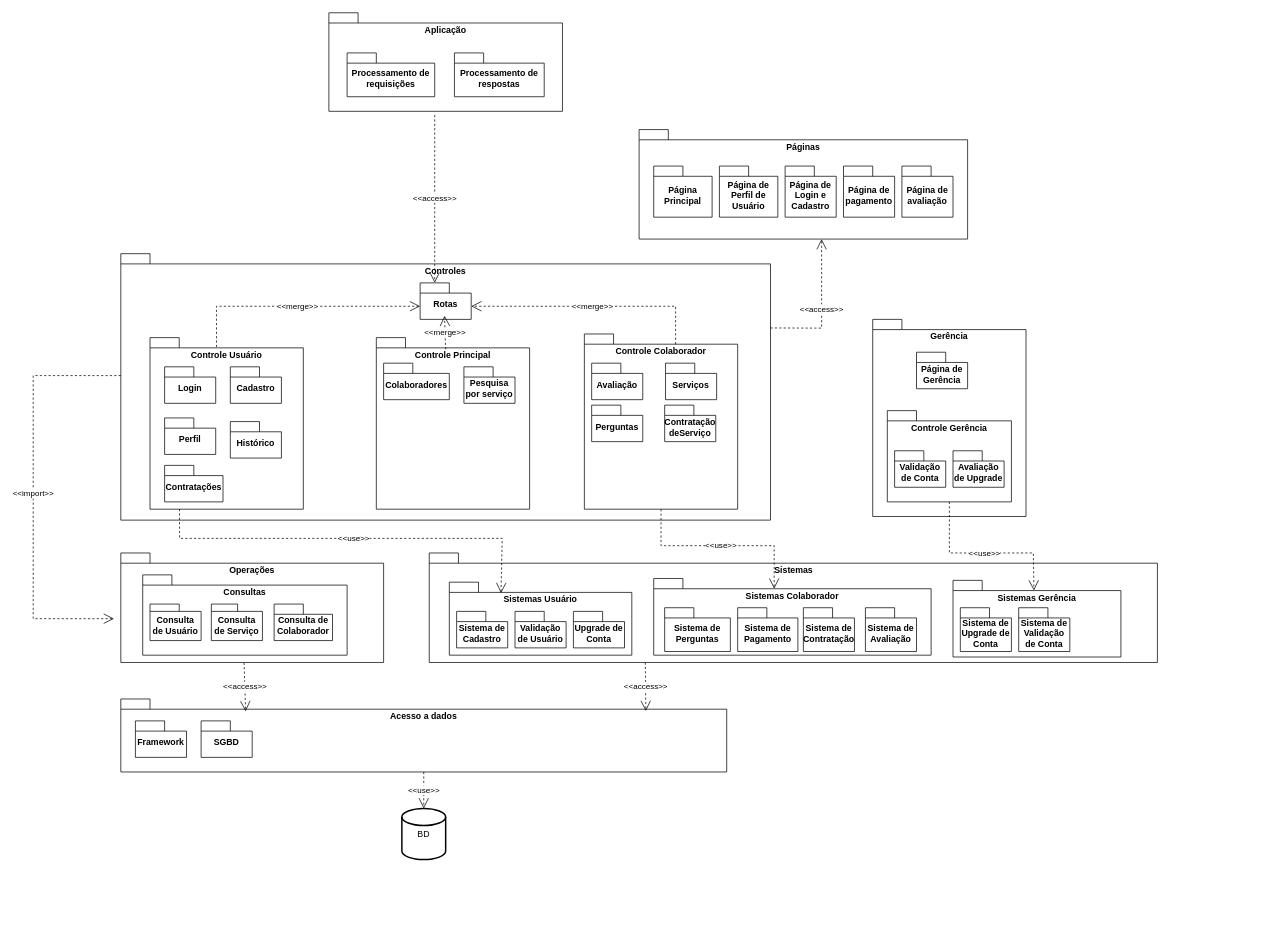
Before: diagrama_de_pacotes.drawio in lfarodrigues/pet-hub-rs, a draw.io diagram. Source tidied: cells renumbered, new cells numbered last; positions are measured from the earlier drawing's top-left corner, leaving out a move shared by most shapes. Both pictures are drawn from the tidied source at 73%, with x=0, y=0 at pixel (33, 12).
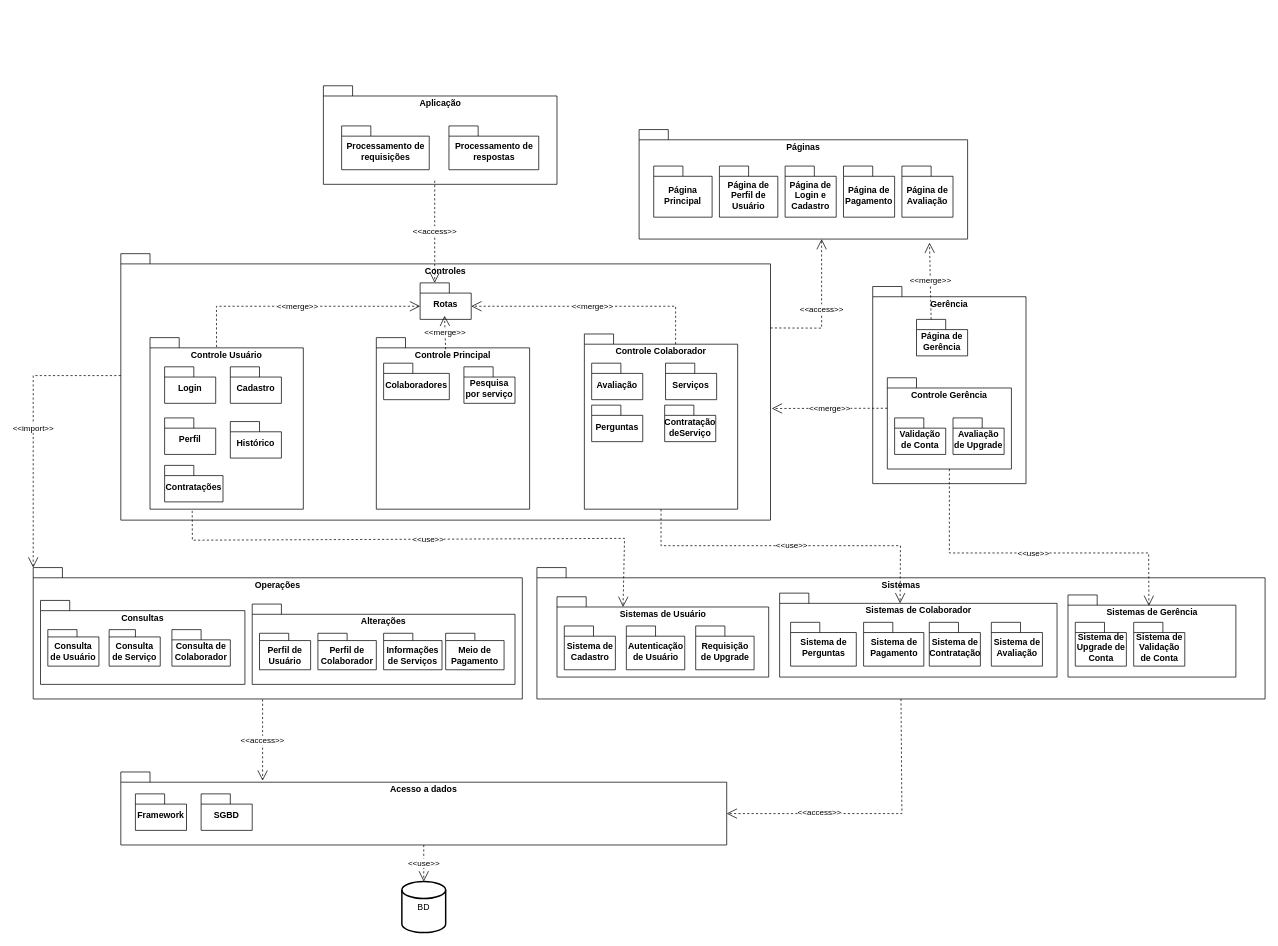
After the change.

The change refers to these unchanged cells:
```xml
<mxCell id="6" value="Controles" style="shape=folder;fontStyle=1;spacingTop=10;tabWidth=40;tabHeight=14;tabPosition=left;html=1;whiteSpace=wrap;verticalAlign=top;" parent="1" vertex="1">
  <mxGeometry x="120" y="330" width="890" height="365" as="geometry" />
</mxCell>
<mxCell id="7" value="Controle Usuário" style="shape=folder;fontStyle=1;spacingTop=10;tabWidth=40;tabHeight=14;tabPosition=left;html=1;whiteSpace=wrap;align=center;horizontal=1;verticalAlign=top;" parent="1" vertex="1">
  <mxGeometry x="160" y="445" width="210" height="235" as="geometry" />
</mxCell>
<mxCell id="15" value="Páginas" style="shape=folder;fontStyle=1;spacingTop=10;tabWidth=40;tabHeight=14;tabPosition=left;html=1;whiteSpace=wrap;verticalAlign=top;" parent="1" vertex="1">
  <mxGeometry x="830" y="160" width="450" height="150" as="geometry" />
</mxCell>
<mxCell id="57" value="Rotas" style="shape=folder;fontStyle=1;spacingTop=10;tabWidth=40;tabHeight=14;tabPosition=left;html=1;whiteSpace=wrap;" parent="1" vertex="1">
  <mxGeometry x="530" y="370" width="70" height="50" as="geometry" />
</mxCell>
```

The edit, as a diff of the source:
```diff
@@
     <mxCell id="2" value="Aplicação" style="shape=folder;fontStyle=1;spacingTop=10;tabWidth=40;tabHeight=14;tabPosition=left;html=1;whiteSpace=wrap;verticalAlign=top;" parent="1" vertex="1">
-      <mxGeometry x="405" width="320" height="135" as="geometry" />
+      <mxGeometry x="397.5" y="100" width="320" height="135" as="geometry" />
     </mxCell>
     <mxCell id="3" value="Sistemas" style="shape=folder;fontStyle=1;spacingTop=10;tabWidth=40;tabHeight=14;tabPosition=left;html=1;whiteSpace=wrap;verticalAlign=top;" parent="1" vertex="1">
-      <mxGeometry x="542.5" y="740" width="997.5" height="150" as="geometry" />
+      <mxGeometry x="690" y="760" width="997.5" height="180" as="geometry" />
     </mxCell>
-    <mxCell id="4" value="&lt;div&gt;Sistemas Colaborador&lt;/div&gt;" style="shape=folder;fontStyle=1;spacingTop=10;tabWidth=40;tabHeight=14;tabPosition=left;html=1;whiteSpace=wrap;verticalAlign=top;" parent="1" vertex="1">
-      <mxGeometry x="850" y="775" width="380" height="105" as="geometry" />
+    <mxCell id="4" value="&lt;div&gt;Sistemas de Colaborador&lt;/div&gt;" style="shape=folder;fontStyle=1;spacingTop=10;tabWidth=40;tabHeight=14;tabPosition=left;html=1;whiteSpace=wrap;verticalAlign=top;" parent="1" vertex="1">
+      <mxGeometry x="1022.5" y="795" width="380" height="115" as="geometry" />
     </mxCell>
-    <mxCell id="5" value="Sistemas Usuário" style="shape=folder;fontStyle=1;spacingTop=10;tabWidth=40;tabHeight=14;tabPosition=left;html=1;whiteSpace=wrap;verticalAlign=top;" parent="1" vertex="1">
-      <mxGeometry x="570" y="780" width="250" height="100" as="geometry" />
+    <mxCell id="5" value="Sistemas de Usuário" style="shape=folder;fontStyle=1;spacingTop=10;tabWidth=40;tabHeight=14;tabPosition=left;html=1;whiteSpace=wrap;verticalAlign=top;" parent="1" vertex="1">
+      <mxGeometry x="717.5" y="800" width="290" height="110" as="geometry" />
     </mxCell>
@@
     <mxCell id="11" value="Processamento de requisições" style="shape=folder;fontStyle=1;spacingTop=10;tabWidth=40;tabHeight=14;tabPosition=left;html=1;whiteSpace=wrap;align=center;horizontal=1;verticalAlign=middle;" parent="1" vertex="1">
-      <mxGeometry x="430" y="55" width="120" height="60" as="geometry" />
+      <mxGeometry x="422.5" y="155" width="120" height="60" as="geometry" />
     </mxCell>
-    <mxCell id="12" value="Validação de Usuário" style="shape=folder;fontStyle=1;spacingTop=10;tabWidth=40;tabHeight=14;tabPosition=left;html=1;whiteSpace=wrap;" parent="1" vertex="1">
-      <mxGeometry x="660" y="820" width="70" height="50" as="geometry" />
+    <mxCell id="12" value="Autenticação de Usuário" style="shape=folder;fontStyle=1;spacingTop=10;tabWidth=40;tabHeight=14;tabPosition=left;html=1;whiteSpace=wrap;" parent="1" vertex="1">
+      <mxGeometry x="812.5" y="840" width="80" height="60" as="geometry" />
     </mxCell>
@@
-    <mxCell id="19" value="Página de pagamento" style="shape=folder;fontStyle=1;spacingTop=10;tabWidth=40;tabHeight=14;tabPosition=left;html=1;whiteSpace=wrap;" parent="1" vertex="1">
+    <mxCell id="19" value="Página de Pagamento" style="shape=folder;fontStyle=1;spacingTop=10;tabWidth=40;tabHeight=14;tabPosition=left;html=1;whiteSpace=wrap;" parent="1" vertex="1">
       <mxGeometry x="1110" y="210" width="70" height="70" as="geometry" />
     </mxCell>
-    <mxCell id="20" value="Página de avaliação" style="shape=folder;fontStyle=1;spacingTop=10;tabWidth=40;tabHeight=14;tabPosition=left;html=1;whiteSpace=wrap;" parent="1" vertex="1">
+    <mxCell id="20" value="Página de Avaliação" style="shape=folder;fontStyle=1;spacingTop=10;tabWidth=40;tabHeight=14;tabPosition=left;html=1;whiteSpace=wrap;" parent="1" vertex="1">
       <mxGeometry x="1190" y="210" width="70" height="70" as="geometry" />
     </mxCell>
     <mxCell id="21" value="Sistema de Pagamento" style="shape=folder;fontStyle=1;spacingTop=10;tabWidth=40;tabHeight=14;tabPosition=left;html=1;whiteSpace=wrap;" parent="1" vertex="1">
-      <mxGeometry x="965" y="815" width="82.5" height="60" as="geometry" />
+      <mxGeometry x="1137.5" y="835" width="82.5" height="60" as="geometry" />
     </mxCell>
@@
     <mxCell id="23" value="Sistema de Contratação" style="shape=folder;fontStyle=1;spacingTop=10;tabWidth=40;tabHeight=14;tabPosition=left;html=1;whiteSpace=wrap;" parent="1" vertex="1">
-      <mxGeometry x="1055" y="815" width="70" height="60" as="geometry" />
+      <mxGeometry x="1227.5" y="835" width="70" height="60" as="geometry" />
     </mxCell>
@@
     <mxCell id="25" value="BD" style="strokeWidth=2;html=1;shape=mxgraph.flowchart.database;whiteSpace=wrap;" parent="1" vertex="1">
-      <mxGeometry x="505" y="1090" width="60" height="70" as="geometry" />
+      <mxGeometry x="505" y="1190" width="60" height="70" as="geometry" />
     </mxCell>
@@
-    <mxCell id="30" value="Upgrade de Conta" style="shape=folder;fontStyle=1;spacingTop=10;tabWidth=40;tabHeight=14;tabPosition=left;html=1;whiteSpace=wrap;" parent="1" vertex="1">
-      <mxGeometry x="740" y="820" width="70" height="50" as="geometry" />
-    </mxCell>
@@
     <mxCell id="32" value="Sistema de Perguntas" style="shape=folder;fontStyle=1;spacingTop=10;tabWidth=40;tabHeight=14;tabPosition=left;html=1;whiteSpace=wrap;" parent="1" vertex="1">
-      <mxGeometry x="865" y="815" width="90" height="60" as="geometry" />
+      <mxGeometry x="1037.5" y="835" width="90" height="60" as="geometry" />
     </mxCell>
     <mxCell id="33" value="Operações" style="shape=folder;fontStyle=1;spacingTop=10;tabWidth=40;tabHeight=14;tabPosition=left;html=1;whiteSpace=wrap;verticalAlign=top;" parent="1" vertex="1">
-      <mxGeometry x="120" y="740" width="360" height="150" as="geometry" />
+      <mxGeometry y="760" width="670" height="180" as="geometry" />
     </mxCell>
@@
     <mxCell id="35" value="Sistema de Cadastro" style="shape=folder;fontStyle=1;spacingTop=10;tabWidth=40;tabHeight=14;tabPosition=left;html=1;whiteSpace=wrap;" parent="1" vertex="1">
-      <mxGeometry x="580" y="820" width="70" height="50" as="geometry" />
+      <mxGeometry x="727.5" y="840" width="70" height="60" as="geometry" />
     </mxCell>
     <mxCell id="36" value="&lt;div&gt;Gerência&lt;/div&gt;" style="shape=folder;fontStyle=1;spacingTop=10;tabWidth=40;tabHeight=14;tabPosition=left;html=1;whiteSpace=wrap;verticalAlign=top;" parent="1" vertex="1">
-      <mxGeometry x="1150" y="420" width="210" height="270" as="geometry" />
+      <mxGeometry x="1150" y="375" width="210" height="270" as="geometry" />
     </mxCell>
     <mxCell id="37" value="Acesso a dados" style="shape=folder;fontStyle=1;spacingTop=10;tabWidth=40;tabHeight=14;tabPosition=left;html=1;whiteSpace=wrap;verticalAlign=top;" parent="1" vertex="1">
-      <mxGeometry x="120" y="940" width="830" height="100" as="geometry" />
+      <mxGeometry x="120" y="1040" width="830" height="100" as="geometry" />
     </mxCell>
     <mxCell id="38" value="Framework" style="shape=folder;fontStyle=1;spacingTop=10;tabWidth=40;tabHeight=14;tabPosition=left;html=1;whiteSpace=wrap;" parent="1" vertex="1">
-      <mxGeometry x="140" y="970" width="70" height="50" as="geometry" />
+      <mxGeometry x="140" y="1070" width="70" height="50" as="geometry" />
     </mxCell>
     <mxCell id="39" value="SGBD" style="shape=folder;fontStyle=1;spacingTop=10;tabWidth=40;tabHeight=14;tabPosition=left;html=1;whiteSpace=wrap;" parent="1" vertex="1">
-      <mxGeometry x="230" y="970" width="70" height="50" as="geometry" />
+      <mxGeometry x="230" y="1070" width="70" height="50" as="geometry" />
     </mxCell>
     <mxCell id="40" value="Página de Gerência" style="shape=folder;fontStyle=1;spacingTop=10;tabWidth=40;tabHeight=14;tabPosition=left;html=1;whiteSpace=wrap;" parent="1" vertex="1">
-      <mxGeometry x="1210" y="465" width="70" height="50" as="geometry" />
+      <mxGeometry x="1210" y="420" width="70" height="50" as="geometry" />
     </mxCell>
     <mxCell id="41" value="Controle Gerência" style="shape=folder;fontStyle=1;spacingTop=10;tabWidth=40;tabHeight=14;tabPosition=left;html=1;whiteSpace=wrap;verticalAlign=top;" parent="1" vertex="1">
-      <mxGeometry x="1170" y="545" width="170" height="125" as="geometry" />
+      <mxGeometry x="1170" y="500" width="170" height="125" as="geometry" />
     </mxCell>
     <mxCell id="42" value="Validação de Conta" style="shape=folder;fontStyle=1;spacingTop=10;tabWidth=40;tabHeight=14;tabPosition=left;html=1;whiteSpace=wrap;" parent="1" vertex="1">
-      <mxGeometry x="1180" y="600" width="70" height="50" as="geometry" />
+      <mxGeometry x="1180" y="555" width="70" height="50" as="geometry" />
     </mxCell>
     <mxCell id="43" value="Avaliação de Upgrade" style="shape=folder;fontStyle=1;spacingTop=10;tabWidth=40;tabHeight=14;tabPosition=left;html=1;whiteSpace=wrap;" parent="1" vertex="1">
-      <mxGeometry x="1260" y="600" width="70" height="50" as="geometry" />
+      <mxGeometry x="1260" y="555" width="70" height="50" as="geometry" />
     </mxCell>
     <mxCell id="44" value="Consultas" style="shape=folder;fontStyle=1;spacingTop=10;tabWidth=40;tabHeight=14;tabPosition=left;html=1;whiteSpace=wrap;verticalAlign=top;" parent="1" vertex="1">
-      <mxGeometry x="150" y="770" width="280" height="110" as="geometry" />
+      <mxGeometry x="10" y="805" width="280" height="115" as="geometry" />
     </mxCell>
     <mxCell id="45" value="Consulta de Usuário" style="shape=folder;fontStyle=1;spacingTop=10;tabWidth=40;tabHeight=10;tabPosition=left;html=1;whiteSpace=wrap;" parent="1" vertex="1">
-      <mxGeometry x="160" y="810" width="70" height="50" as="geometry" />
+      <mxGeometry x="20" y="845" width="70" height="50" as="geometry" />
     </mxCell>
     <mxCell id="46" value="Consulta de Serviço" style="shape=folder;fontStyle=1;spacingTop=10;tabWidth=36;tabHeight=10;tabPosition=left;html=1;whiteSpace=wrap;" parent="1" vertex="1">
-      <mxGeometry x="244" y="810" width="70" height="50" as="geometry" />
+      <mxGeometry x="104" y="845" width="70" height="50" as="geometry" />
     </mxCell>
     <mxCell id="47" value="Consulta de Colaborador" style="shape=folder;fontStyle=1;spacingTop=10;tabWidth=40;tabHeight=14;tabPosition=left;html=1;whiteSpace=wrap;" parent="1" vertex="1">
-      <mxGeometry x="330" y="810" width="80" height="50" as="geometry" />
+      <mxGeometry x="190" y="845" width="80" height="50" as="geometry" />
     </mxCell>
-    <mxCell id="48" value="&amp;lt;&amp;lt;access&amp;gt;&amp;gt;" style="endArrow=open;endSize=12;dashed=1;html=1;rounded=0;exitX=0.469;exitY=1.003;exitDx=0;exitDy=0;exitPerimeter=0;entryX=0.206;entryY=0.17;entryDx=0;entryDy=0;entryPerimeter=0;" parent="1" edge="1" source="33" target="37">
+    <mxCell id="48" value="&amp;lt;&amp;lt;access&amp;gt;&amp;gt;" style="endArrow=open;endSize=12;dashed=1;html=1;rounded=0;exitX=0.469;exitY=1.003;exitDx=0;exitDy=0;exitPerimeter=0;entryX=0.234;entryY=0.12;entryDx=0;entryDy=0;entryPerimeter=0;" parent="1" edge="1" source="33" target="37">
       <mxGeometry relative="1" as="geometry" />
     </mxCell>
-    <mxCell id="49" value="&amp;lt;&amp;lt;use&amp;gt;&amp;gt;" style="endArrow=open;endSize=12;dashed=1;html=1;rounded=0;entryX=0.513;entryY=0.15;entryDx=0;entryDy=0;entryPerimeter=0;exitX=0.192;exitY=0.999;exitDx=0;exitDy=0;exitPerimeter=0;" parent="1" edge="1" source="7">
+    <mxCell id="49" value="&amp;lt;&amp;lt;use&amp;gt;&amp;gt;" style="endArrow=open;endSize=12;dashed=1;html=1;rounded=0;entryX=0.312;entryY=0.127;entryDx=0;entryDy=0;entryPerimeter=0;exitX=0.192;exitY=0.999;exitDx=0;exitDy=0;exitPerimeter=0;" parent="1" edge="1" target="5">
       <mxGeometry relative="1" as="geometry">
-        <mxPoint x="640.8" y="795" as="targetPoint" />
+        <mxPoint x="217.8" y="682.3" as="sourcePoint" />
         <Array as="points">
-          <mxPoint x="200.5" y="720" />
-          <mxPoint x="642.5" y="720" />
+          <mxPoint x="218" y="722.5" />
+          <mxPoint x="810" y="720" />
         </Array>
       </mxGeometry>
     </mxCell>
     <mxCell id="50" value="&amp;lt;&amp;lt;use&amp;gt;&amp;gt;" style="endArrow=open;endSize=12;dashed=1;html=1;rounded=0;entryX=0;entryY=0;entryDx=165;entryDy=14;entryPerimeter=0;" parent="1" edge="1" target="4">
       <mxGeometry relative="1" as="geometry">
         <mxPoint x="860" y="680" as="sourcePoint" />
         <Array as="points">
           <mxPoint x="860" y="730" />
-          <mxPoint x="1015" y="730" />
+          <mxPoint x="1188" y="730" />
         </Array>
       </mxGeometry>
     </mxCell>
     <mxCell id="51" value="Sistema de Avaliação" style="shape=folder;fontStyle=1;spacingTop=10;tabWidth=40;tabHeight=14;tabPosition=left;html=1;whiteSpace=wrap;" parent="1" vertex="1">
-      <mxGeometry x="1140" y="815" width="70" height="60" as="geometry" />
+      <mxGeometry x="1312.5" y="835" width="70" height="60" as="geometry" />
     </mxCell>
@@
-    <mxCell id="53" value="&amp;lt;&amp;lt;import&amp;gt;&amp;gt;" style="endArrow=open;endSize=12;dashed=1;html=1;rounded=0;exitX=0;exitY=0;exitDx=0;exitDy=167;exitPerimeter=0;entryX=-0.026;entryY=0.6;entryDx=0;entryDy=0;entryPerimeter=0;" parent="1" edge="1" source="6" target="33">
+    <mxCell id="53" value="&amp;lt;&amp;lt;import&amp;gt;&amp;gt;" style="endArrow=open;endSize=12;dashed=1;html=1;rounded=0;exitX=0;exitY=0;exitDx=0;exitDy=167;exitPerimeter=0;entryX=0;entryY=0;entryDx=0;entryDy=0;entryPerimeter=0;" parent="1" edge="1" source="6" target="33">
       <mxGeometry relative="1" as="geometry">
         <Array as="points">
           <mxPoint y="497" />
-          <mxPoint y="830" />
         </Array>
       </mxGeometry>
     </mxCell>
-    <mxCell id="54" value="&amp;lt;&amp;lt;access&amp;gt;&amp;gt;" style="endArrow=open;endSize=12;dashed=1;html=1;rounded=0;exitX=0.5;exitY=1;exitDx=0;exitDy=0;exitPerimeter=0;entryX=0.666;entryY=0.166;entryDx=0;entryDy=0;entryPerimeter=0;" parent="1" edge="1">
-      <mxGeometry relative="1" as="geometry">
-        <mxPoint x="838.5" y="890" as="sourcePoint" />
-        <mxPoint x="839.2" y="956.6" as="targetPoint" />
+    <mxCell id="54" value="&amp;lt;&amp;lt;access&amp;gt;&amp;gt;" style="endArrow=open;endSize=12;dashed=1;html=1;rounded=0;exitX=0.5;exitY=1;exitDx=0;exitDy=0;exitPerimeter=0;entryX=0;entryY=0;entryDx=830;entryDy=57;entryPerimeter=0;" parent="1" edge="1" source="3" target="37">
+      <mxGeometry x="0.36" y="-2" relative="1" as="geometry">
+        <Array as="points">
+          <mxPoint x="1190" y="1097" />
+        </Array>
       </mxGeometry>
     </mxCell>
     <mxCell id="55" value="Processamento de respostas" style="shape=folder;fontStyle=1;spacingTop=10;tabWidth=40;tabHeight=14;tabPosition=left;html=1;whiteSpace=wrap;" parent="1" vertex="1">
-      <mxGeometry x="577" y="55" width="123" height="60" as="geometry" />
+      <mxGeometry x="569.5" y="155" width="123" height="60" as="geometry" />
     </mxCell>
     <mxCell id="56" value="&amp;lt;&amp;lt;access&amp;gt;&amp;gt;" style="endArrow=open;endSize=12;dashed=1;html=1;rounded=0;entryX=0;entryY=0;entryDx=20;entryDy=0;entryPerimeter=0;" parent="1" edge="1" target="57">
       <mxGeometry x="-0.01" relative="1" as="geometry">
-        <mxPoint x="550" y="140" as="sourcePoint" />
+        <mxPoint x="550" y="230" as="sourcePoint" />
       </mxGeometry>
     </mxCell>
@@
-    <mxCell id="62" value="&lt;div&gt;Sistemas Gerência&lt;/div&gt;" style="shape=folder;fontStyle=1;spacingTop=10;tabWidth=40;tabHeight=14;tabPosition=left;html=1;whiteSpace=wrap;verticalAlign=top;" parent="1" vertex="1">
-      <mxGeometry x="1260" y="777.5" width="230" height="105" as="geometry" />
+    <mxCell id="62" value="&lt;div&gt;Sistemas de Gerência&lt;/div&gt;" style="shape=folder;fontStyle=1;spacingTop=10;tabWidth=40;tabHeight=14;tabPosition=left;html=1;whiteSpace=wrap;verticalAlign=top;" parent="1" vertex="1">
+      <mxGeometry x="1417.5" y="797.5" width="230" height="112.5" as="geometry" />
     </mxCell>
     <mxCell id="63" value="Sistema de Upgrade de Conta" style="shape=folder;fontStyle=1;spacingTop=10;tabWidth=40;tabHeight=14;tabPosition=left;html=1;whiteSpace=wrap;" parent="1" vertex="1">
-      <mxGeometry x="1270" y="815" width="70" height="60" as="geometry" />
+      <mxGeometry x="1427.5" y="835" width="70" height="60" as="geometry" />
     </mxCell>
     <mxCell id="64" value="Sistema de Validação de Conta" style="shape=folder;fontStyle=1;spacingTop=10;tabWidth=40;tabHeight=14;tabPosition=left;html=1;whiteSpace=wrap;" parent="1" vertex="1">
-      <mxGeometry x="1350" y="815" width="70" height="60" as="geometry" />
+      <mxGeometry x="1507.5" y="835" width="70" height="60" as="geometry" />
     </mxCell>
     <mxCell id="65" value="&amp;lt;&amp;lt;use&amp;gt;&amp;gt;" style="endArrow=open;endSize=12;dashed=1;html=1;rounded=0;exitX=0.5;exitY=1;exitDx=0;exitDy=0;exitPerimeter=0;entryX=0.482;entryY=0.133;entryDx=0;entryDy=0;entryPerimeter=0;" parent="1" edge="1" source="41" target="62">
       <mxGeometry relative="1" as="geometry">
         <Array as="points">
           <mxPoint x="1255" y="740" />
-          <mxPoint x="1370" y="740" />
+          <mxPoint x="1528" y="740" />
         </Array>
       </mxGeometry>
     </mxCell>
+    <mxCell id="66" value="Requisição de Upgrade" style="shape=folder;fontStyle=1;spacingTop=10;tabWidth=40;tabHeight=14;tabPosition=left;html=1;whiteSpace=wrap;" parent="1" vertex="1">
+      <mxGeometry x="907.5" y="840" width="80" height="60" as="geometry" />
+    </mxCell>
+    <mxCell id="67" value="Alterações" style="shape=folder;fontStyle=1;spacingTop=10;tabWidth=40;tabHeight=14;tabPosition=left;html=1;whiteSpace=wrap;verticalAlign=top;" parent="1" vertex="1">
+      <mxGeometry x="300" y="810" width="360" height="110" as="geometry" />
+    </mxCell>
+    <mxCell id="68" value="Perfil de Usuário" style="shape=folder;fontStyle=1;spacingTop=10;tabWidth=40;tabHeight=10;tabPosition=left;html=1;whiteSpace=wrap;" parent="1" vertex="1">
+      <mxGeometry x="310" y="850" width="70" height="50" as="geometry" />
+    </mxCell>
+    <mxCell id="69" value="Perfil de Colaborador" style="shape=folder;fontStyle=1;spacingTop=10;tabWidth=40;tabHeight=10;tabPosition=left;html=1;whiteSpace=wrap;" parent="1" vertex="1">
+      <mxGeometry x="390" y="850" width="80" height="50" as="geometry" />
+    </mxCell>
+    <mxCell id="70" value="Informações de Serviços" style="shape=folder;fontStyle=1;spacingTop=10;tabWidth=40;tabHeight=10;tabPosition=left;html=1;whiteSpace=wrap;" parent="1" vertex="1">
+      <mxGeometry x="480" y="850" width="80" height="50" as="geometry" />
+    </mxCell>
+    <mxCell id="71" value="Meio de Pagamento" style="shape=folder;fontStyle=1;spacingTop=10;tabWidth=40;tabHeight=10;tabPosition=left;html=1;whiteSpace=wrap;" parent="1" vertex="1">
+      <mxGeometry x="565" y="850" width="80" height="50" as="geometry" />
+    </mxCell>
+    <mxCell id="72" value="&amp;lt;&amp;lt;merge&amp;gt;&amp;gt;" style="endArrow=open;endSize=12;dashed=1;html=1;rounded=0;exitX=0;exitY=0;exitDx=0;exitDy=41.75;exitPerimeter=0;entryX=1.002;entryY=0.581;entryDx=0;entryDy=0;entryPerimeter=0;" parent="1" edge="1" source="41" target="6">
+      <mxGeometry relative="1" as="geometry" />
+    </mxCell>
+    <mxCell id="73" value="&amp;lt;&amp;lt;merge&amp;gt;&amp;gt;" style="endArrow=open;endSize=12;dashed=1;html=1;rounded=0;exitX=0;exitY=0;exitDx=20;exitDy=0;exitPerimeter=0;entryX=0.884;entryY=1.033;entryDx=0;entryDy=0;entryPerimeter=0;" parent="1" edge="1" source="40" target="15">
+      <mxGeometry relative="1" as="geometry" />
+    </mxCell>
```
